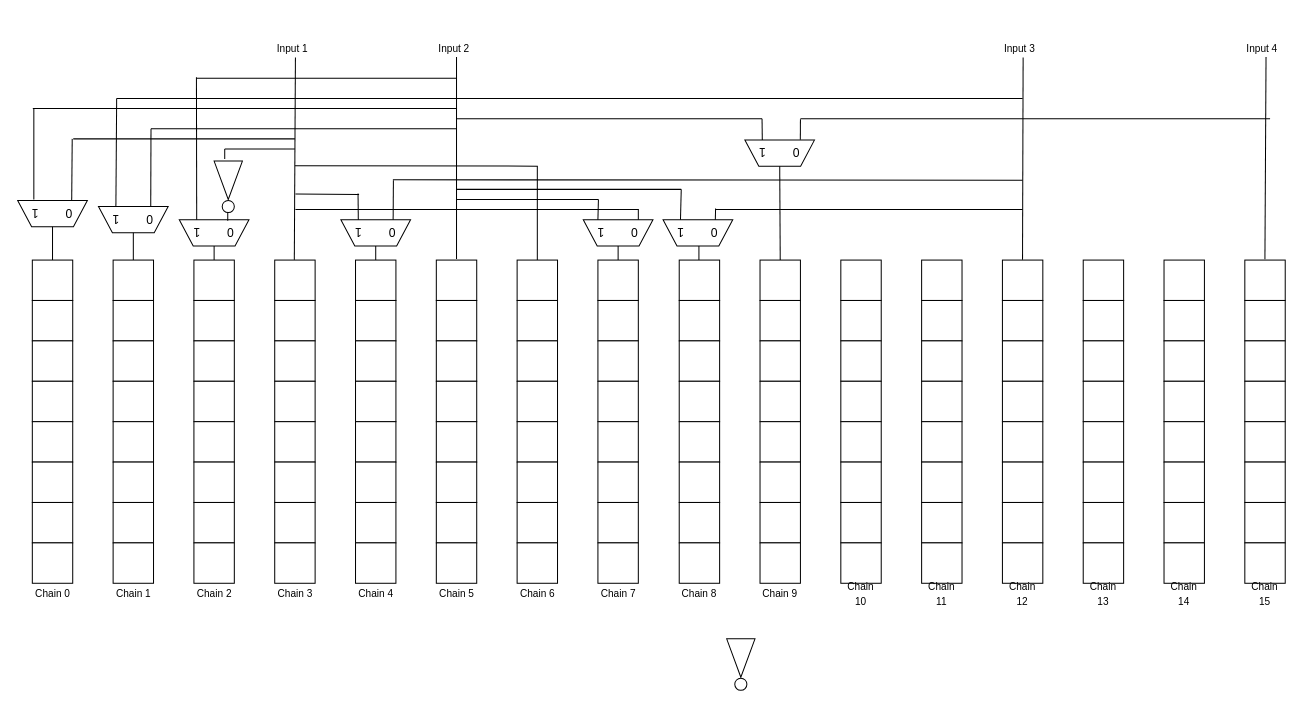
AlexDukeBlue/TAMCompaction keeps this draw.io diagram as reconfig.drawio. Above is the earlier version. Source tidied: cells renumbered, new cells numbered last; positions are measured from the earlier drawing's top-left corner, leaving out a move shared by most shapes. Both pictures are drawn from the tidied source at 101%, with x=0, y=0 at pixel (17, 37).
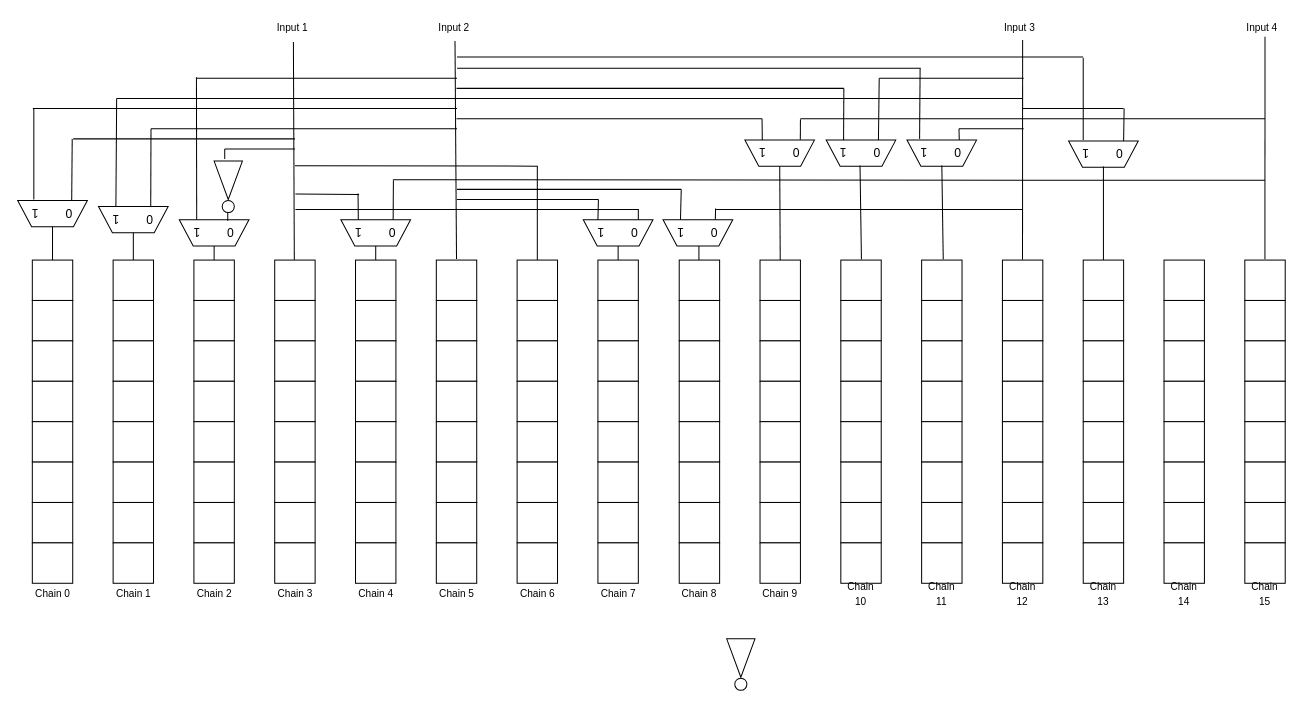
Above is the later version.

Diff of the diagram source:
```diff
@@
-    <mxCell id="130" style="endArrow=none;html=1;exitX=0.5;exitY=0;exitDx=0;exitDy=0;" parent="1" edge="1">
+    <mxCell id="130" style="endArrow=none;html=1;exitX=0.5;exitY=0;exitDx=0;exitDy=0;entryX=0.4;entryY=0.95;entryDx=0;entryDy=0;entryPerimeter=0;" parent="1" edge="1" target="152">
       <mxGeometry relative="1" as="geometry">
         <mxPoint x="1234.9" y="219.3" as="sourcePoint" />
-        <mxPoint x="1236" y="19" as="targetPoint" />
       </mxGeometry>
     </mxCell>
-    <mxCell id="131" style="endArrow=none;html=1;exitX=0.5;exitY=0;exitDx=0;exitDy=0;" parent="1" edge="1">
+    <mxCell id="131" style="endArrow=none;html=1;exitX=0.5;exitY=0;exitDx=0;exitDy=0;entryX=0.4;entryY=1.1;entryDx=0;entryDy=0;entryPerimeter=0;" parent="1" edge="1" target="151">
       <mxGeometry relative="1" as="geometry">
         <mxPoint x="994.9" y="219.8" as="sourcePoint" />
-        <mxPoint x="995.5" y="19.5" as="targetPoint" />
       </mxGeometry>
     </mxCell>
-    <mxCell id="132" style="endArrow=none;html=1;" parent="1" edge="1">
+    <mxCell id="132" style="endArrow=none;html=1;entryX=0.36;entryY=1.15;entryDx=0;entryDy=0;entryPerimeter=0;" parent="1" edge="1" target="153">
       <mxGeometry relative="1" as="geometry">
         <mxPoint x="434.5" y="219" as="sourcePoint" />
-        <mxPoint x="434.5" y="19" as="targetPoint" />
       </mxGeometry>
     </mxCell>
@@
     <mxCell id="151" value="&lt;font style=&quot;font-size: 10px&quot;&gt;Input 3&lt;/font&gt;" style="text;html=1;points=[];align=left;verticalAlign=top;spacingTop=-4;" parent="1" vertex="1">
-      <mxGeometry x="975" width="50" height="20" as="geometry" />
+      <mxGeometry x="975" y="-20" width="50" height="20" as="geometry" />
     </mxCell>
     <mxCell id="152" value="&lt;font style=&quot;font-size: 10px&quot;&gt;Input 4&lt;/font&gt;" style="text;html=1;points=[];align=left;verticalAlign=top;spacingTop=-4;" parent="1" vertex="1">
-      <mxGeometry x="1215" width="50" height="20" as="geometry" />
+      <mxGeometry x="1215" y="-20" width="50" height="20" as="geometry" />
     </mxCell>
     <mxCell id="153" value="&lt;font style=&quot;font-size: 10px&quot;&gt;Input 2&lt;/font&gt;" style="text;html=1;points=[];align=left;verticalAlign=top;spacingTop=-4;" parent="1" vertex="1">
-      <mxGeometry x="415" width="50" height="20" as="geometry" />
+      <mxGeometry x="415" y="-20" width="50" height="20" as="geometry" />
     </mxCell>
-    <mxCell id="154" style="endArrow=none;html=1;exitX=0.5;exitY=0;exitDx=0;exitDy=0;" parent="1" edge="1">
+    <mxCell id="154" style="endArrow=none;html=1;exitX=0.5;exitY=0;exitDx=0;exitDy=0;entryX=0.37;entryY=1.2;entryDx=0;entryDy=0;entryPerimeter=0;" parent="1" edge="1" target="155">
       <mxGeometry relative="1" as="geometry">
         <mxPoint x="273.9" y="219.8" as="sourcePoint" />
-        <mxPoint x="275" y="19.5" as="targetPoint" />
       </mxGeometry>
     </mxCell>
     <mxCell id="155" value="&lt;font style=&quot;font-size: 10px&quot;&gt;Input 1&lt;/font&gt;" style="text;html=1;points=[];align=left;verticalAlign=top;spacingTop=-4;" parent="1" vertex="1">
-      <mxGeometry x="254.5" width="50" height="20" as="geometry" />
+      <mxGeometry x="254.5" y="-20" width="50" height="20" as="geometry" />
     </mxCell>
@@
     <mxCell id="179" style="endArrow=none;html=1;" parent="1" edge="1">
       <mxGeometry relative="1" as="geometry">
         <mxPoint x="371.5" y="140.5" as="sourcePoint" />
-        <mxPoint x="995" y="141" as="targetPoint" />
+        <mxPoint x="1235" y="141" as="targetPoint" />
       </mxGeometry>
     </mxCell>
@@
     <mxCell id="198" style="endArrow=none;html=1;" parent="1" edge="1">
       <mxGeometry relative="1" as="geometry">
         <mxPoint x="775" y="80" as="sourcePoint" />
-        <mxPoint x="1240" y="80" as="targetPoint" />
+        <mxPoint x="1235" y="80" as="targetPoint" />
       </mxGeometry>
     </mxCell>
@@
+    <mxCell id="203" value="0&amp;nbsp; &amp;nbsp; &amp;nbsp; &amp;nbsp; 1" style="shape=trapezoid;perimeter=trapezoidPerimeter;whiteSpace=wrap;html=1;rotation=180;" parent="1" vertex="1">
+      <mxGeometry x="800.5" y="101" width="69" height="26" as="geometry" />
+    </mxCell>
+    <mxCell id="204" style="endArrow=none;html=1;" parent="1" edge="1">
+      <mxGeometry relative="1" as="geometry">
+        <mxPoint x="434.5" y="50" as="sourcePoint" />
+        <mxPoint x="818" y="50" as="targetPoint" />
+      </mxGeometry>
+    </mxCell>
+    <mxCell id="205" style="endArrow=none;html=1;entryX=0.75;entryY=1;entryDx=0;entryDy=0;" parent="1" edge="1" target="203">
+      <mxGeometry relative="1" as="geometry">
+        <mxPoint x="818" y="50" as="sourcePoint" />
+      </mxGeometry>
+    </mxCell>
+    <mxCell id="206" style="endArrow=none;html=1;entryX=0.5;entryY=0;entryDx=0;entryDy=0;exitX=0.5;exitY=0;exitDx=0;exitDy=0;" parent="1" edge="1">
+      <mxGeometry relative="1" as="geometry">
+        <mxPoint x="834" y="126.4" as="sourcePoint" />
+        <mxPoint x="835.4" y="219.3" as="targetPoint" />
+      </mxGeometry>
+    </mxCell>
+    <mxCell id="207" style="endArrow=none;html=1;" parent="1" edge="1">
+      <mxGeometry relative="1" as="geometry">
+        <mxPoint x="853" y="40" as="sourcePoint" />
+        <mxPoint x="996" y="40" as="targetPoint" />
+      </mxGeometry>
+    </mxCell>
+    <mxCell id="208" style="endArrow=none;html=1;entryX=0.25;entryY=1;entryDx=0;entryDy=0;" parent="1" edge="1" target="203">
+      <mxGeometry relative="1" as="geometry">
+        <mxPoint x="853" y="40" as="sourcePoint" />
+      </mxGeometry>
+    </mxCell>
+    <mxCell id="209" value="0&amp;nbsp; &amp;nbsp; &amp;nbsp; &amp;nbsp; 1" style="shape=trapezoid;perimeter=trapezoidPerimeter;whiteSpace=wrap;html=1;rotation=180;" parent="1" vertex="1">
+      <mxGeometry x="880.5" y="101" width="69" height="26" as="geometry" />
+    </mxCell>
+    <mxCell id="210" style="endArrow=none;html=1;entryX=0.5;entryY=0;entryDx=0;entryDy=0;exitX=0.5;exitY=0;exitDx=0;exitDy=0;" parent="1" edge="1">
+      <mxGeometry relative="1" as="geometry">
+        <mxPoint x="915" y="126.4" as="sourcePoint" />
+        <mxPoint x="916.4" y="219.3" as="targetPoint" />
+      </mxGeometry>
+    </mxCell>
+    <mxCell id="211" style="endArrow=none;html=1;" parent="1" edge="1">
+      <mxGeometry relative="1" as="geometry">
+        <mxPoint x="932" y="90" as="sourcePoint" />
+        <mxPoint x="996" y="90" as="targetPoint" />
+      </mxGeometry>
+    </mxCell>
+    <mxCell id="212" style="endArrow=none;html=1;" parent="1" edge="1">
+      <mxGeometry relative="1" as="geometry">
+        <mxPoint x="435" y="30" as="sourcePoint" />
+        <mxPoint x="894" y="30" as="targetPoint" />
+      </mxGeometry>
+    </mxCell>
+    <mxCell id="213" style="endArrow=none;html=1;" parent="1" edge="1">
+      <mxGeometry relative="1" as="geometry">
+        <mxPoint x="893.5" y="30" as="sourcePoint" />
+        <mxPoint x="893" y="100" as="targetPoint" />
+      </mxGeometry>
+    </mxCell>
+    <mxCell id="214" style="endArrow=none;html=1;entryX=0.25;entryY=1;entryDx=0;entryDy=0;" parent="1" edge="1" target="209">
+      <mxGeometry relative="1" as="geometry">
+        <mxPoint x="932" y="90" as="sourcePoint" />
+      </mxGeometry>
+    </mxCell>
+    <mxCell id="215" value="0&amp;nbsp; &amp;nbsp; &amp;nbsp; &amp;nbsp; 1" style="shape=trapezoid;perimeter=trapezoidPerimeter;whiteSpace=wrap;html=1;rotation=180;" parent="1" vertex="1">
+      <mxGeometry x="1040.5" y="102" width="69" height="26" as="geometry" />
+    </mxCell>
+    <mxCell id="216" style="endArrow=none;html=1;exitX=0.5;exitY=0;exitDx=0;exitDy=0;" parent="1" edge="1">
+      <mxGeometry relative="1" as="geometry">
+        <mxPoint x="1075" y="127.4" as="sourcePoint" />
+        <mxPoint x="1075" y="220" as="targetPoint" />
+      </mxGeometry>
+    </mxCell>
+    <mxCell id="217" style="endArrow=none;html=1;" parent="1" edge="1">
+      <mxGeometry relative="1" as="geometry">
+        <mxPoint x="995" y="70" as="sourcePoint" />
+        <mxPoint x="1095" y="70" as="targetPoint" />
+      </mxGeometry>
+    </mxCell>
+    <mxCell id="218" style="endArrow=none;html=1;" parent="1" edge="1">
+      <mxGeometry relative="1" as="geometry">
+        <mxPoint x="1095.5" y="70" as="sourcePoint" />
+        <mxPoint x="1095" y="102" as="targetPoint" />
+      </mxGeometry>
+    </mxCell>
+    <mxCell id="219" style="endArrow=none;html=1;" parent="1" edge="1">
+      <mxGeometry relative="1" as="geometry">
+        <mxPoint x="1055" y="20" as="sourcePoint" />
+        <mxPoint x="1055" y="101" as="targetPoint" />
+      </mxGeometry>
+    </mxCell>
+    <mxCell id="220" style="endArrow=none;html=1;" parent="1" edge="1">
+      <mxGeometry relative="1" as="geometry">
+        <mxPoint x="435" y="19" as="sourcePoint" />
+        <mxPoint x="1055" y="19" as="targetPoint" />
+      </mxGeometry>
+    </mxCell>
```
